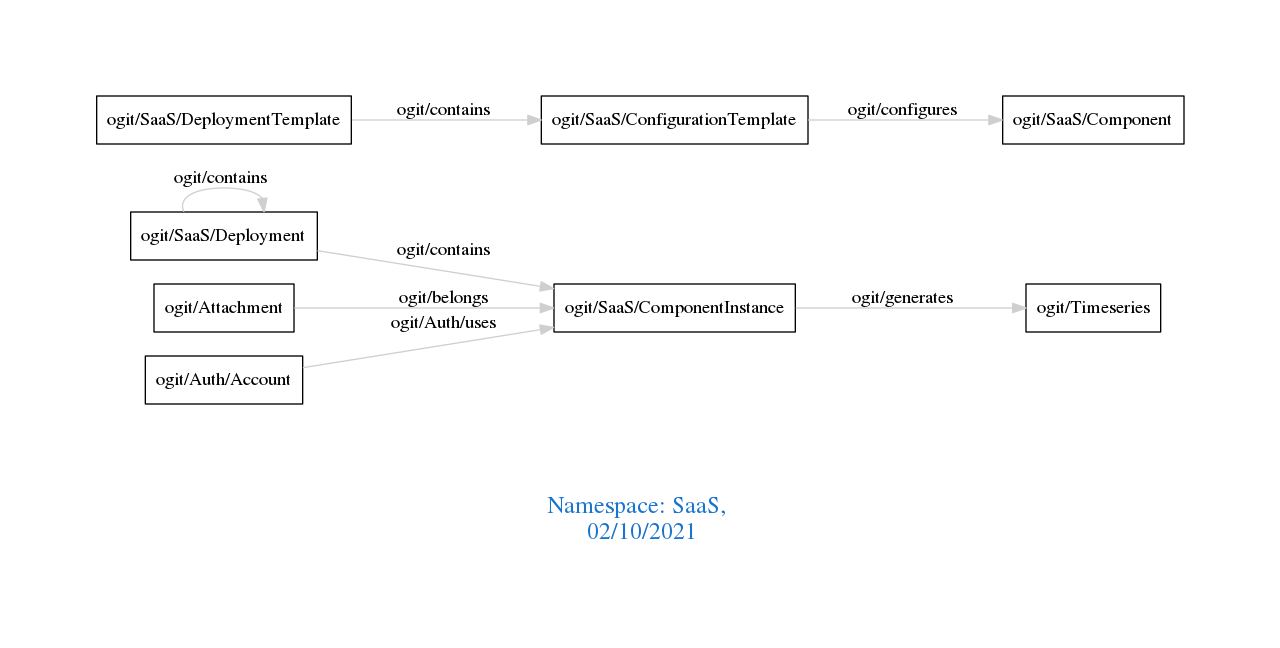
arago/OGIT keeps this Graphviz diagram as downloads/SaaS.png. Above is the earlier version. Its source is kept beside it as downloads/SaaS.dot.
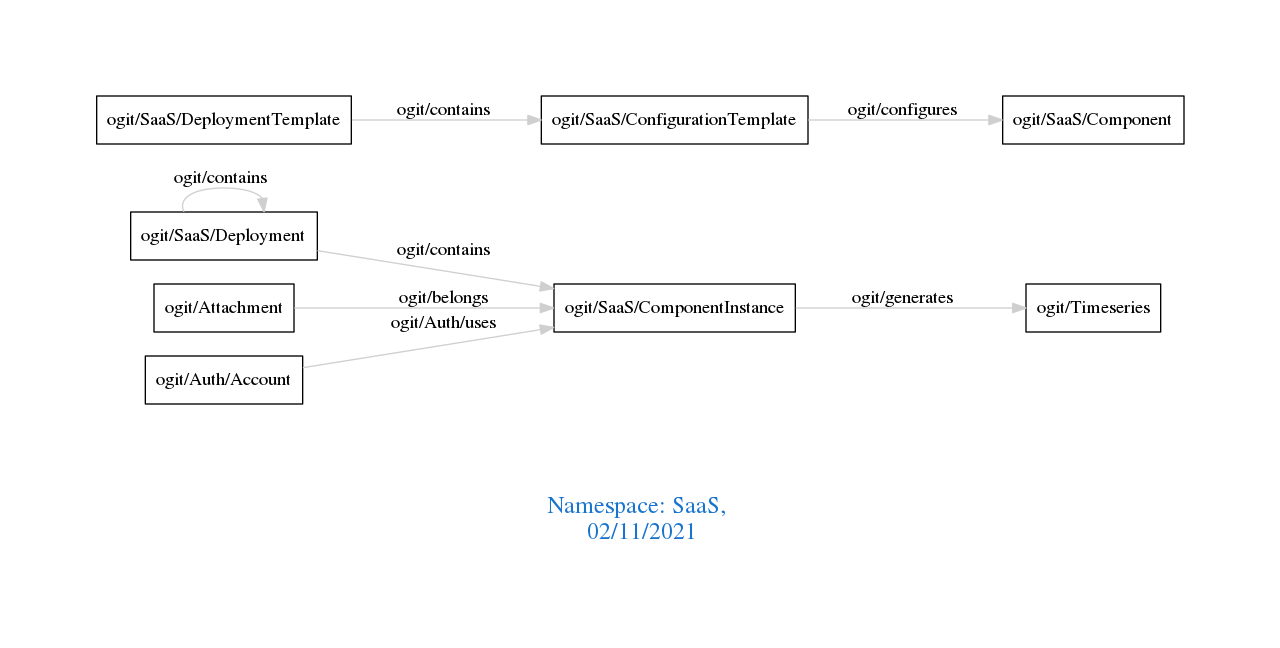
After the commit.

What changed in the source:
```diff
@@ -1,7 +1,7 @@
 digraph OGIT_ontology {
  graph [ rankdir= LR,pad=1
 fontsize = 18,
-fontcolor= dodgerblue3,label = "\n\n\nNamespace: SaaS, \n 02/10/2021"];
+fontcolor= dodgerblue3,label = "\n\n\nNamespace: SaaS, \n 02/11/2021"];
 node[shape=polygon];
 edge [  color="gray81"];
 
```
